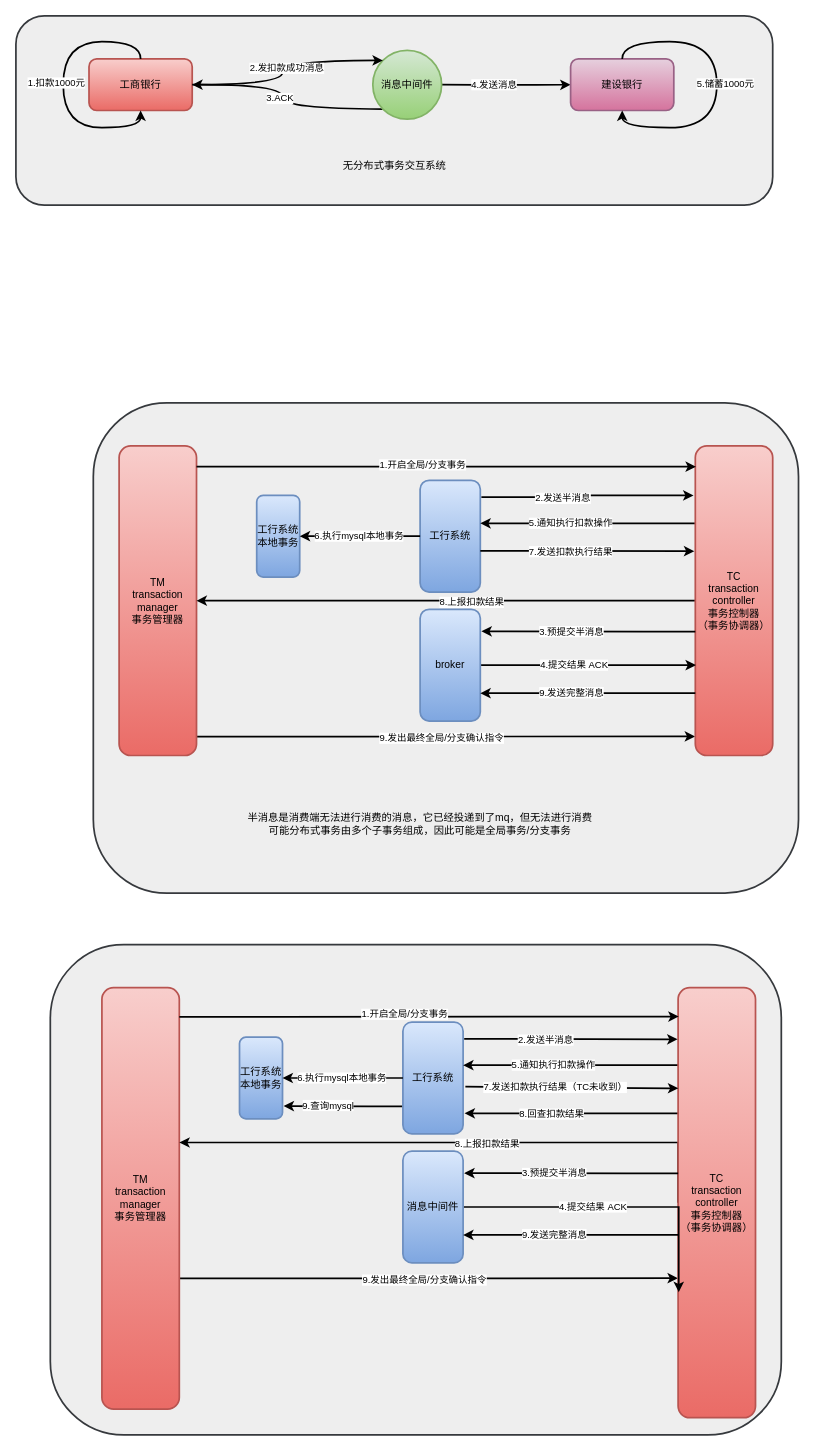
This is src/main/resource/learn.mq.rocketmq/分布式事务消息.drawio from xauvlove/uml, a draw.io file, before an edit. Source tidied: cells renumbered, new cells numbered last; positions are measured from the earlier drawing's top-left corner, leaving out a move shared by most shapes. Both pictures are drawn from the tidied source at 86%, with x=0, y=0 at pixel (15, 15).
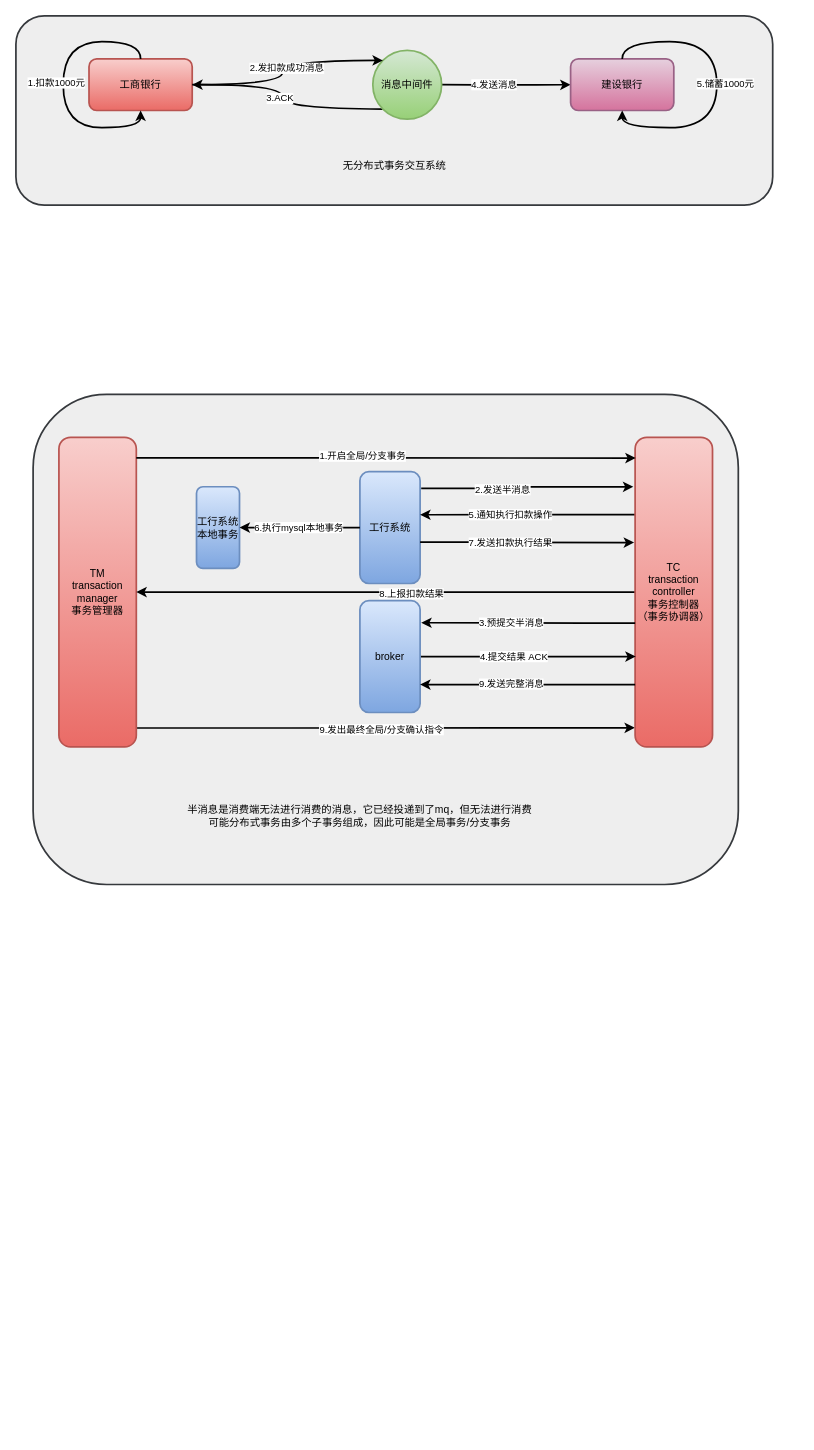
After the change.

The edit, as a diff of the source:
```diff
@@
-    <mxCell id="18" style="group;" parent="1" vertex="1">
-      <mxGeometry x="40" y="1080" width="850" height="570" as="geometry" />
-    </mxCell>
-    <mxCell id="19" style="rounded=1;whiteSpace=wrap;html=1;strokeWidth=2;fillColor=#eeeeee;strokeColor=#36393d;" parent="18" vertex="1">
-      <mxGeometry width="850" height="570" as="geometry" />
-    </mxCell>
-    <mxCell id="20" style="edgeStyle=orthogonalEdgeStyle;rounded=0;jettySize=auto;html=1;entryX=-0.002;entryY=0.93;entryDx=0;entryDy=0;entryPerimeter=0;strokeWidth=2;" parent="18" edge="1" source="22">
-      <mxGeometry relative="1" as="geometry">
-        <mxPoint x="729.8" y="387.8" as="targetPoint" />
-        <Array as="points">
-          <mxPoint x="330" y="388" />
-          <mxPoint x="330" y="388" />
-        </Array>
-      </mxGeometry>
-    </mxCell>
-    <mxCell id="21" value="9.发出最终全局/分支确认指令" style="edgeLabel;html=1;align=center;verticalAlign=middle;" parent="20" vertex="1">
-      <mxGeometry x="-0.02" y="-2" relative="1" as="geometry" />
-    </mxCell>
-    <mxCell id="22" value="TM&lt;br&gt;transaction manager&lt;br&gt;事务管理器" style="rounded=1;whiteSpace=wrap;html=1;strokeWidth=2;fillColor=#f8cecc;gradientColor=#ea6b66;strokeColor=#b85450;" parent="18" vertex="1">
-      <mxGeometry x="60" y="50" width="90" height="490" as="geometry" />
-    </mxCell>
-    <mxCell id="23" style="edgeStyle=orthogonalEdgeStyle;shape=connector;rounded=0;jettySize=auto;html=1;entryX=1.025;entryY=0.843;entryDx=0;entryDy=0;entryPerimeter=0;labelBackgroundColor=default;strokeColor=default;strokeWidth=2;fontFamily=Helvetica;fontSize=11;fontColor=default;endArrow=classic;" parent="18" edge="1" source="25" target="44">
-      <mxGeometry relative="1" as="geometry">
-        <Array as="points">
-          <mxPoint x="370" y="188" />
-          <mxPoint x="370" y="188" />
-        </Array>
-      </mxGeometry>
-    </mxCell>
-    <mxCell id="24" value="9.查询mysql" style="edgeLabel;html=1;align=center;verticalAlign=middle;fontSize=11;fontFamily=Helvetica;fontColor=default;" parent="23" vertex="1">
-      <mxGeometry x="0.27" y="-1" relative="1" as="geometry" />
-    </mxCell>
-    <mxCell id="25" value="工行系统" style="rounded=1;whiteSpace=wrap;html=1;strokeWidth=2;fillColor=#dae8fc;gradientColor=#7ea6e0;strokeColor=#6c8ebf;" parent="18" vertex="1">
-      <mxGeometry x="410" y="90" width="70" height="130" as="geometry" />
-    </mxCell>
-    <mxCell id="26" style="edgeStyle=orthogonalEdgeStyle;rounded=0;jettySize=auto;html=1;entryX=1;entryY=0.385;entryDx=0;entryDy=0;entryPerimeter=0;strokeWidth=2;" parent="18" edge="1" source="32" target="25">
-      <mxGeometry relative="1" as="geometry">
-        <Array as="points">
-          <mxPoint x="660" y="140" />
-          <mxPoint x="660" y="140" />
-        </Array>
-      </mxGeometry>
-    </mxCell>
-    <mxCell id="27" value="5.通知执行扣款操作" style="edgeLabel;html=1;align=center;verticalAlign=middle;" parent="26" vertex="1">
-      <mxGeometry x="0.18" y="-1" relative="1" as="geometry">
-        <mxPoint x="3" as="offset" />
-      </mxGeometry>
-    </mxCell>
-    <mxCell id="28" style="edgeStyle=orthogonalEdgeStyle;rounded=0;jettySize=auto;html=1;exitX=0;exitY=0.5;exitDx=0;exitDy=0;strokeWidth=2;" parent="18" edge="1" source="32">
-      <mxGeometry relative="1" as="geometry">
-        <mxPoint x="150" y="230" as="targetPoint" />
-        <Array as="points">
-          <mxPoint x="150" y="230" />
-        </Array>
-      </mxGeometry>
-    </mxCell>
-    <mxCell id="29" value="8.上报扣款结果" style="edgeLabel;html=1;align=center;verticalAlign=middle;" parent="28" vertex="1">
-      <mxGeometry x="-0.1" y="1" relative="1" as="geometry" />
-    </mxCell>
-    <mxCell id="30" style="edgeStyle=orthogonalEdgeStyle;shape=connector;rounded=0;jettySize=auto;html=1;entryX=1.024;entryY=0.816;entryDx=0;entryDy=0;entryPerimeter=0;labelBackgroundColor=default;strokeColor=default;strokeWidth=2;fontFamily=Helvetica;fontSize=11;fontColor=default;endArrow=classic;" parent="18" edge="1" source="32" target="25">
-      <mxGeometry relative="1" as="geometry">
-        <Array as="points">
-          <mxPoint x="660" y="196" />
-          <mxPoint x="660" y="196" />
-        </Array>
-      </mxGeometry>
-    </mxCell>
-    <mxCell id="31" value="8.回查扣款结果" style="edgeLabel;html=1;align=center;verticalAlign=middle;fontSize=11;fontFamily=Helvetica;fontColor=default;" parent="30" vertex="1">
-      <mxGeometry x="0.31" y="-2" relative="1" as="geometry">
-        <mxPoint x="16" y="2" as="offset" />
-      </mxGeometry>
-    </mxCell>
-    <mxCell id="32" value="TC&lt;br&gt;transaction&lt;br&gt;controller&lt;br&gt;事务控制器&lt;br&gt;（事务协调器）" style="rounded=1;whiteSpace=wrap;html=1;strokeWidth=2;fillColor=#f8cecc;gradientColor=#ea6b66;strokeColor=#b85450;" parent="18" vertex="1">
-      <mxGeometry x="730" y="50" width="90" height="500" as="geometry" />
-    </mxCell>
-    <mxCell id="33" style="edgeStyle=elbowEdgeStyle;rounded=0;jettySize=auto;html=1;strokeWidth=2;entryX=0.008;entryY=0.067;entryDx=0;entryDy=0;entryPerimeter=0;" parent="18" edge="1" source="22" target="32">
-      <mxGeometry relative="1" as="geometry">
-        <Array as="points">
-          <mxPoint x="260" y="84" />
-        </Array>
-      </mxGeometry>
-    </mxCell>
-    <mxCell id="34" value="1.开启全局/分支事务" style="edgeLabel;html=1;align=center;verticalAlign=middle;" parent="33" vertex="1">
-      <mxGeometry x="-0.18" y="-1" relative="1" as="geometry">
-        <mxPoint x="24" y="-4" as="offset" />
-      </mxGeometry>
-    </mxCell>
-    <mxCell id="35" style="rounded=0;jettySize=auto;html=1;strokeWidth=2;exitX=1.018;exitY=0.15;exitDx=0;exitDy=0;exitPerimeter=0;entryX=-0.007;entryY=0.12;entryDx=0;entryDy=0;entryPerimeter=0;" parent="18" edge="1" source="25" target="32">
-      <mxGeometry relative="1" as="geometry" />
-    </mxCell>
-    <mxCell id="36" value="2.发送半消息" style="edgeLabel;html=1;align=center;verticalAlign=middle;" parent="35" vertex="1">
-      <mxGeometry x="-0.24" y="-1" relative="1" as="geometry" />
-    </mxCell>
-    <mxCell id="37" style="rounded=0;jettySize=auto;html=1;strokeWidth=2;entryX=0.003;entryY=0.234;entryDx=0;entryDy=0;entryPerimeter=0;exitX=1.038;exitY=0.578;exitDx=0;exitDy=0;exitPerimeter=0;" parent="18" edge="1" source="25" target="32">
-      <mxGeometry relative="1" as="geometry" />
-    </mxCell>
-    <mxCell id="38" value="7.发送扣款执行结果（TC未收到）" style="edgeLabel;html=1;align=center;verticalAlign=middle;" parent="37" vertex="1">
-      <mxGeometry x="-0.16" relative="1" as="geometry" />
-    </mxCell>
-    <mxCell id="39" style="edgeStyle=orthogonalEdgeStyle;rounded=0;jettySize=auto;html=1;entryX=0.008;entryY=0.708;entryDx=0;entryDy=0;entryPerimeter=0;strokeWidth=2;" parent="18" edge="1" source="41" target="32">
-      <mxGeometry relative="1" as="geometry">
-        <Array as="points">
-          <mxPoint x="731" y="305" />
-        </Array>
-      </mxGeometry>
-    </mxCell>
-    <mxCell id="40" value="4.提交结果 ACK" style="edgeLabel;html=1;align=center;verticalAlign=middle;" parent="39" vertex="1">
-      <mxGeometry x="-0.14" y="1" relative="1" as="geometry" />
-    </mxCell>
-    <mxCell id="41" value="消息中间件" style="rounded=1;whiteSpace=wrap;html=1;strokeWidth=2;fillColor=#dae8fc;gradientColor=#7ea6e0;strokeColor=#6c8ebf;" parent="18" vertex="1">
-      <mxGeometry x="410" y="240" width="70" height="130" as="geometry" />
-    </mxCell>
-    <mxCell id="42" style="edgeStyle=orthogonalEdgeStyle;rounded=0;jettySize=auto;html=1;entryX=1.018;entryY=0.197;entryDx=0;entryDy=0;entryPerimeter=0;strokeWidth=2;" parent="18" edge="1" source="32" target="41">
-      <mxGeometry relative="1" as="geometry">
-        <Array as="points">
-          <mxPoint x="670" y="266" />
-          <mxPoint x="670" y="266" />
-        </Array>
-      </mxGeometry>
-    </mxCell>
-    <mxCell id="43" value="3.预提交半消息" style="edgeLabel;html=1;align=center;verticalAlign=middle;" parent="42" vertex="1">
-      <mxGeometry x="0.13" y="-2" relative="1" as="geometry">
-        <mxPoint x="-4" y="2" as="offset" />
-      </mxGeometry>
-    </mxCell>
-    <mxCell id="44" value="工行系统本地事务" style="rounded=1;whiteSpace=wrap;html=1;strokeWidth=2;fillColor=#dae8fc;gradientColor=#7ea6e0;strokeColor=#6c8ebf;" parent="18" vertex="1">
-      <mxGeometry x="220" y="107.5" width="50" height="95" as="geometry" />
-    </mxCell>
-    <mxCell id="45" style="edgeStyle=orthogonalEdgeStyle;rounded=0;jettySize=auto;html=1;entryX=1;entryY=0.75;entryDx=0;entryDy=0;strokeWidth=2;" parent="18" edge="1" source="32" target="41">
-      <mxGeometry relative="1" as="geometry">
-        <Array as="points">
-          <mxPoint x="605" y="338" />
-        </Array>
-      </mxGeometry>
-    </mxCell>
-    <mxCell id="46" value="9.发送完整消息" style="edgeLabel;html=1;align=center;verticalAlign=middle;" parent="45" vertex="1">
-      <mxGeometry x="0.2" y="-1" relative="1" as="geometry">
-        <mxPoint x="5" as="offset" />
-      </mxGeometry>
-    </mxCell>
-    <mxCell id="47" style="edgeStyle=orthogonalEdgeStyle;shape=connector;rounded=0;jettySize=auto;html=1;exitX=0;exitY=0.5;exitDx=0;exitDy=0;entryX=1;entryY=0.5;entryDx=0;entryDy=0;labelBackgroundColor=default;strokeColor=default;strokeWidth=2;fontFamily=Helvetica;fontSize=11;fontColor=default;endArrow=classic;" parent="18" edge="1" source="25" target="44">
-      <mxGeometry relative="1" as="geometry" />
-    </mxCell>
-    <mxCell id="48" value="6.执行mysql本地事务" style="edgeLabel;html=1;align=center;verticalAlign=middle;fontSize=11;fontFamily=Helvetica;fontColor=default;" parent="47" vertex="1">
-      <mxGeometry x="0.17" y="-1" relative="1" as="geometry">
-        <mxPoint x="10" as="offset" />
-      </mxGeometry>
-    </mxCell>
     <mxCell id="49" style="group;" parent="1" vertex="1">
-      <mxGeometry x="90" y="450" width="820" height="570" as="geometry" />
+      <mxGeometry x="20" y="440" width="820" height="570" as="geometry" />
     </mxCell>
```
